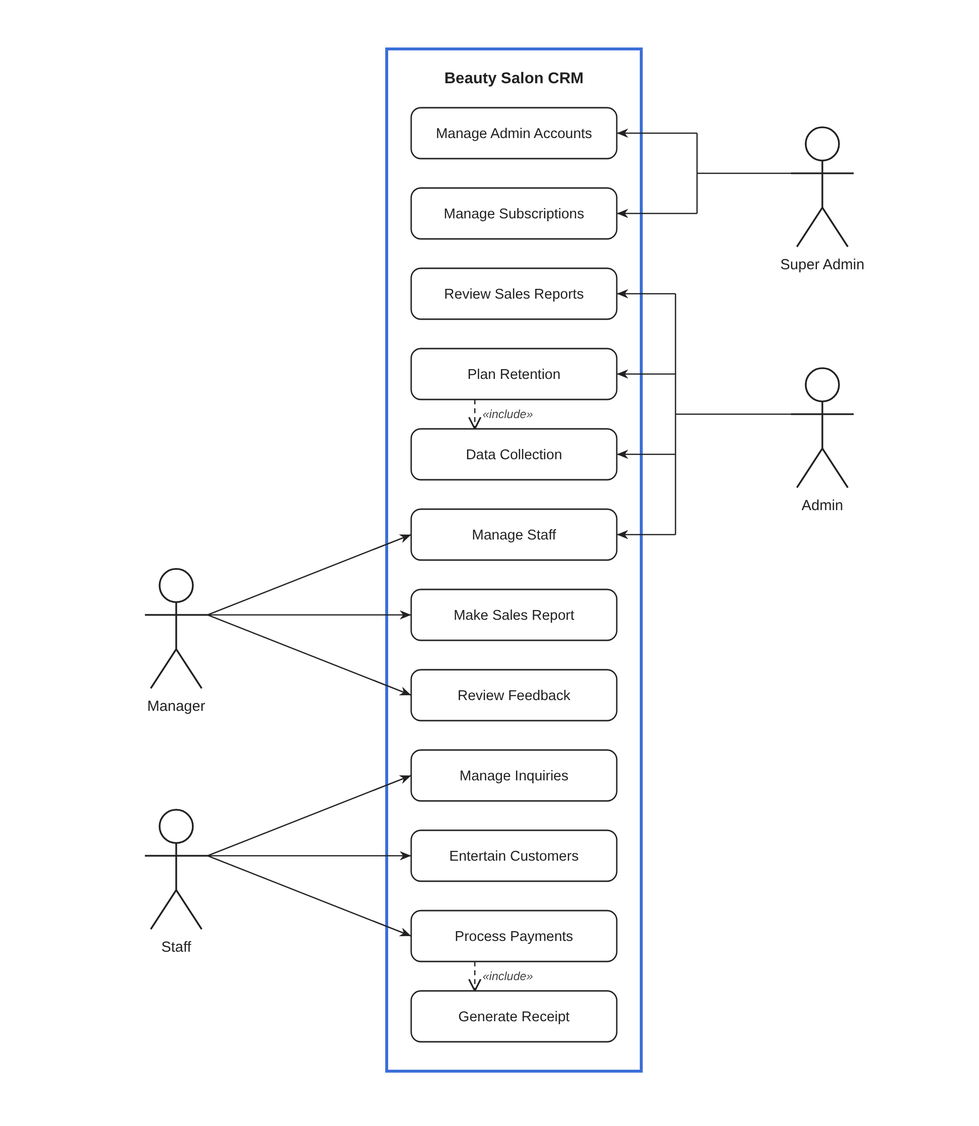
This is docs/beauty-salon-crm/use-case-diagram.png from dariusagbon/Rich_Portfolio, a PlantUML export, as it was before one commit. Its source is kept beside it as docs/beauty-salon-crm/use-case-diagram.puml. The source it was exported from:
```plantuml
@startuml Beauty Salon CRM - Use Case Diagram
left to right direction
skinparam usecase { BackgroundColor White
  BorderColor #222 }
skinparam rectangle { BackgroundColor #FBF7FA }

actor "Super Admin" as SuperAdmin
actor "Admin" as Admin
actor "Manager" as Manager
actor "Staff" as Staff

rectangle "Beauty Salon CRM (C# / .NET)" {
  usecase "Manage Admin Accounts" as UC1
  usecase "Manage Subscriptions" as UC2
  usecase "Review Sales Reports" as UC3
  usecase "Plan Retention" as UC4
  usecase "Data Collection" as UC5
  usecase "Manage Staff" as UC6
  usecase "Make Sales Report" as UC7
  usecase "Review Feedback" as UC8
  usecase "Manage Inquiries" as UC9
  usecase "Entertain Customers" as UC10
  usecase "Process Payments" as UC11
  usecase "Generate Receipt" as UC12
}

SuperAdmin -- UC1
SuperAdmin -- UC2

Admin -- UC3
Admin -- UC4
Admin -- UC5
Admin -- UC6

UC6 -- Manager
UC7 -- Manager
UC8 -- Manager

UC9 -- Staff
UC10 -- Staff
UC11 -- Staff

UC4 ..> UC5 : <<include>>
UC11 ..> UC12 : <<include>>
@enduml
```
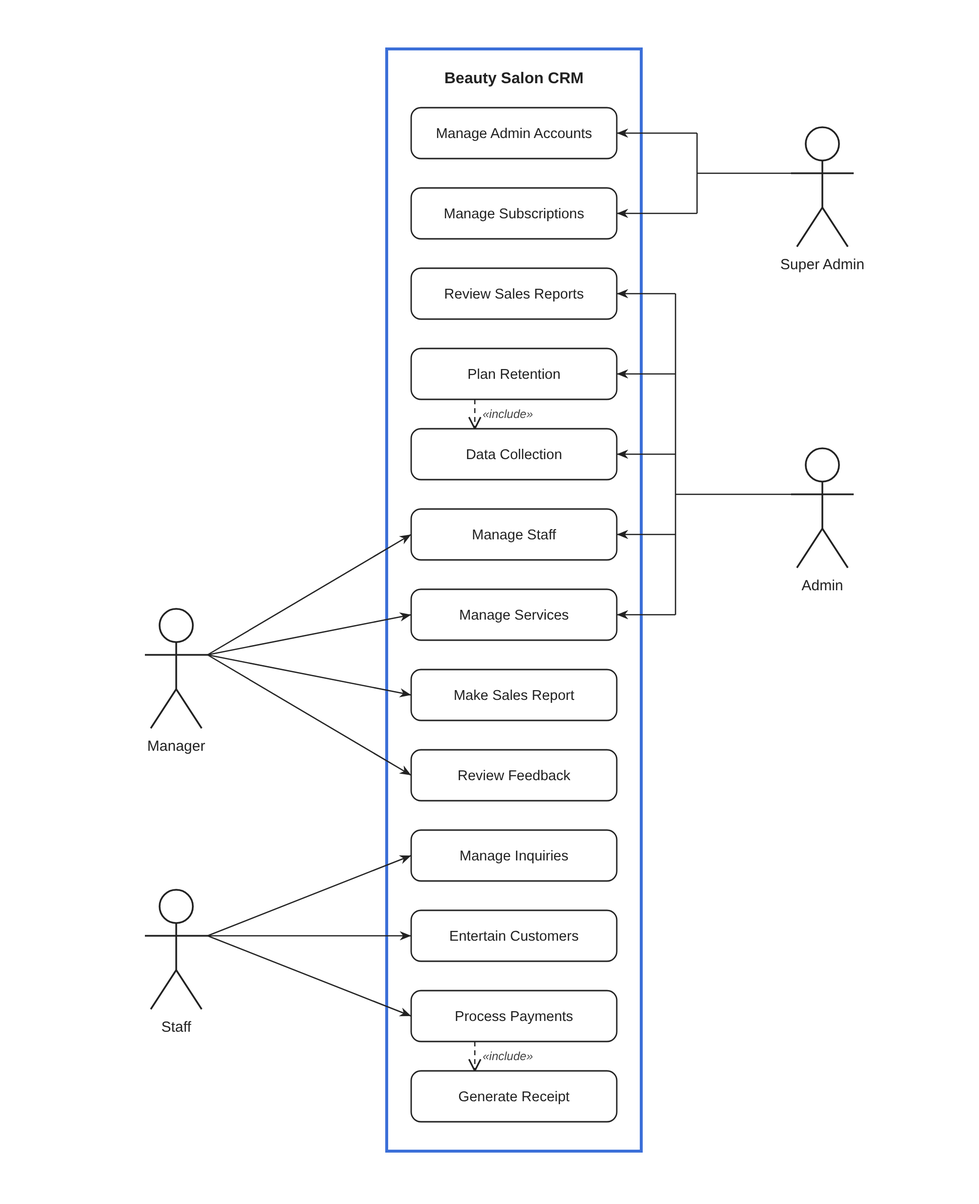
After the commit.

Commit message:
Add Manage Services use case for Admin and Manager

Change to the diagram source:
```diff
@@ -16,6 +16,7 @@
   usecase "Plan Retention" as UC4
   usecase "Data Collection" as UC5
   usecase "Manage Staff" as UC6
+  usecase "Manage Services" as UC13
   usecase "Make Sales Report" as UC7
   usecase "Review Feedback" as UC8
   usecase "Manage Inquiries" as UC9
@@ -31,8 +32,10 @@
 Admin -- UC4
 Admin -- UC5
 Admin -- UC6
+Admin -- UC13
 
 UC6 -- Manager
+UC13 -- Manager
 UC7 -- Manager
 UC8 -- Manager
 
```
